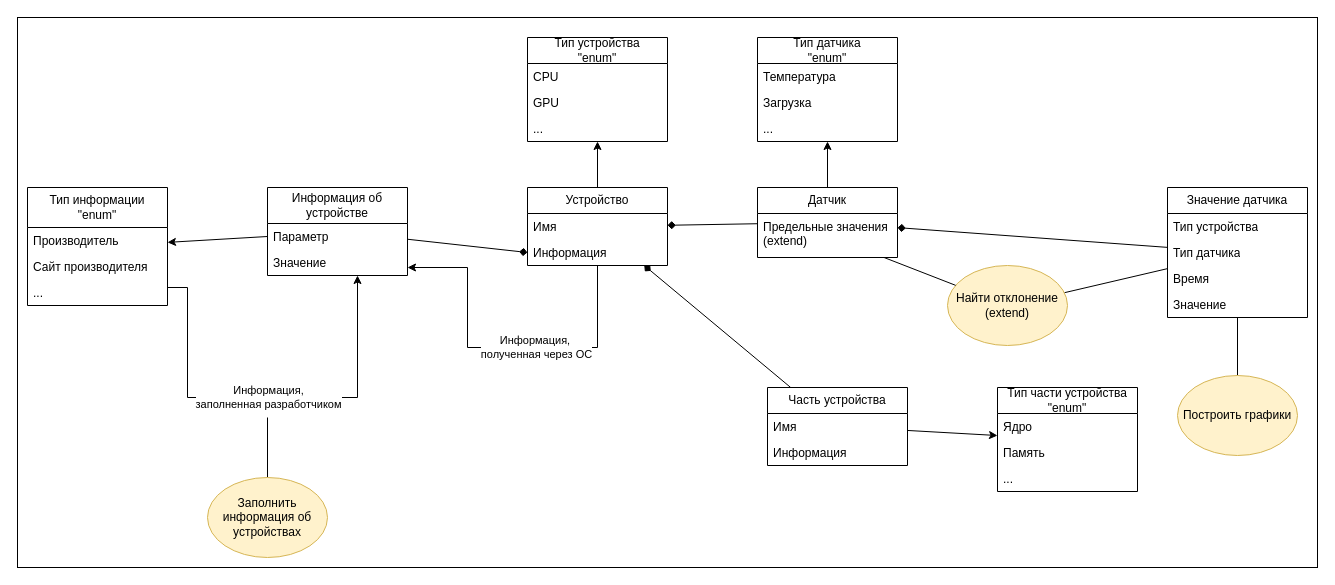
Alekcey264/DiplomaVerevkin keeps this draw.io diagram as Исходники/Диаграмма классов.drawio. Above is the earlier version. Source tidied: cells renumbered, new cells numbered last; positions are measured from the earlier drawing's top-left corner, leaving out a move shared by most shapes. Both pictures are drawn from the tidied source at 100%, with x=0, y=0 at pixel (17, 17).
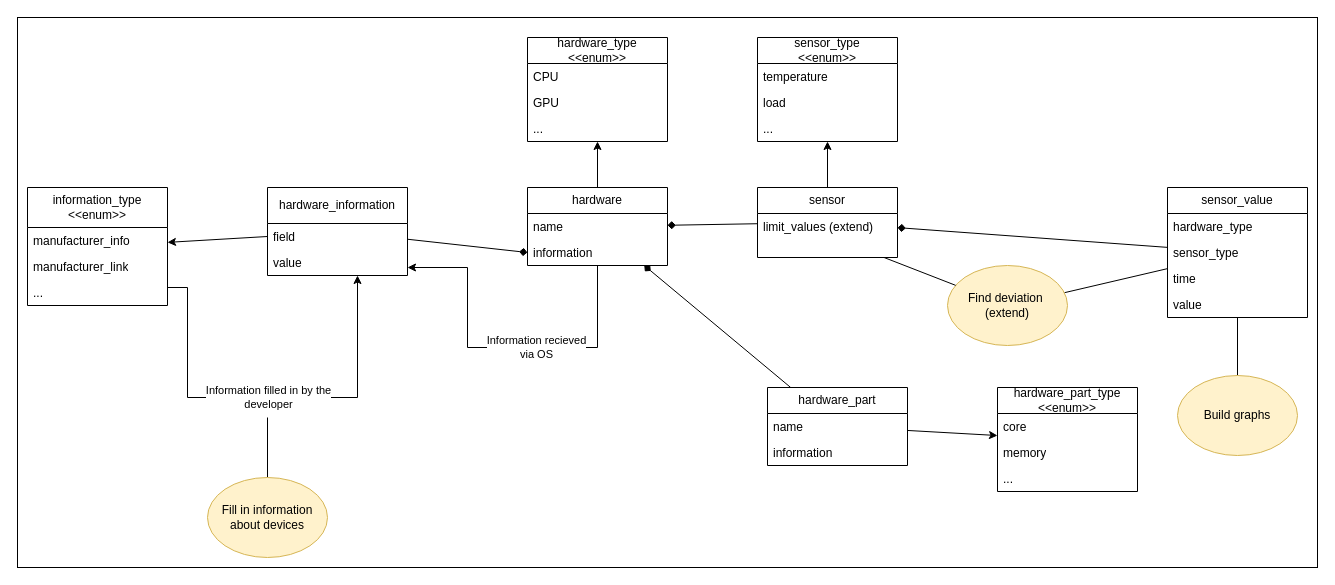
After the change.

Change to the diagram source:
```diff
@@
-    <mxCell id="5" value="Устройство" style="swimlane;fontStyle=0;horizontal=1;startSize=26;fillColor=none;whiteSpace=wrap;html=1;" parent="1" vertex="1">
+    <mxCell id="5" value="hardware" style="swimlane;fontStyle=0;horizontal=1;startSize=26;fillColor=none;whiteSpace=wrap;html=1;" parent="1" vertex="1">
       <mxGeometry x="510" y="170" width="140" height="78" as="geometry" />
     </mxCell>
-    <mxCell id="6" value="Имя" style="text;strokeColor=none;fillColor=none;align=left;verticalAlign=top;spacingLeft=4;spacingRight=4;overflow=hidden;points=[[0,0.5],[1,0.5]];portConstraint=eastwest;whiteSpace=wrap;html=1;" parent="5" vertex="1">
+    <mxCell id="6" value="name" style="text;strokeColor=none;fillColor=none;align=left;verticalAlign=top;spacingLeft=4;spacingRight=4;overflow=hidden;points=[[0,0.5],[1,0.5]];portConstraint=eastwest;whiteSpace=wrap;html=1;" parent="5" vertex="1">
       <mxGeometry y="26" width="140" height="26" as="geometry" />
     </mxCell>
-    <mxCell id="7" value="Информация" style="text;strokeColor=none;fillColor=none;align=left;verticalAlign=top;spacingLeft=4;spacingRight=4;overflow=hidden;points=[[0,0.5],[1,0.5]];portConstraint=eastwest;whiteSpace=wrap;html=1;" parent="5" vertex="1">
+    <mxCell id="7" value="information" style="text;strokeColor=none;fillColor=none;align=left;verticalAlign=top;spacingLeft=4;spacingRight=4;overflow=hidden;points=[[0,0.5],[1,0.5]];portConstraint=eastwest;whiteSpace=wrap;html=1;" parent="5" vertex="1">
       <mxGeometry y="52" width="140" height="26" as="geometry" />
     </mxCell>
-    <mxCell id="8" value="Информация об устройстве" style="swimlane;fontStyle=0;horizontal=1;startSize=36;fillColor=none;whiteSpace=wrap;html=1;" parent="1" vertex="1">
+    <mxCell id="8" value="hardware_information" style="swimlane;fontStyle=0;horizontal=1;startSize=36;fillColor=none;whiteSpace=wrap;html=1;" parent="1" vertex="1">
       <mxGeometry x="250" y="170" width="140" height="88" as="geometry" />
     </mxCell>
-    <mxCell id="9" value="Параметр" style="text;strokeColor=none;fillColor=none;align=left;verticalAlign=top;spacingLeft=4;spacingRight=4;overflow=hidden;points=[[0,0.5],[1,0.5]];portConstraint=eastwest;whiteSpace=wrap;html=1;" parent="8" vertex="1">
+    <mxCell id="9" value="field" style="text;strokeColor=none;fillColor=none;align=left;verticalAlign=top;spacingLeft=4;spacingRight=4;overflow=hidden;points=[[0,0.5],[1,0.5]];portConstraint=eastwest;whiteSpace=wrap;html=1;" parent="8" vertex="1">
       <mxGeometry y="36" width="140" height="26" as="geometry" />
     </mxCell>
-    <mxCell id="10" value="Значение" style="text;strokeColor=none;fillColor=none;align=left;verticalAlign=top;spacingLeft=4;spacingRight=4;overflow=hidden;whiteSpace=wrap;html=1;" parent="8" vertex="1">
+    <mxCell id="10" value="value" style="text;strokeColor=none;fillColor=none;align=left;verticalAlign=top;spacingLeft=4;spacingRight=4;overflow=hidden;whiteSpace=wrap;html=1;" parent="8" vertex="1">
       <mxGeometry y="62" width="140" height="26" as="geometry" />
     </mxCell>
@@
-    <mxCell id="12" value="Информация, &lt;br&gt;заполненная разработчиком" style="edgeStyle=orthogonalEdgeStyle;rounded=0;jettySize=auto;html=1;" parent="1" edge="1" source="13" target="8">
+    <mxCell id="12" value="Information filled in by the&lt;br&gt;developer" style="edgeStyle=orthogonalEdgeStyle;rounded=0;jettySize=auto;html=1;" parent="1" edge="1" source="13" target="8">
       <mxGeometry relative="1" as="geometry">
         <Array as="points">
           <mxPoint x="170" y="270" />
           <mxPoint x="170" y="380" />
           <mxPoint x="340" y="380" />
         </Array>
       </mxGeometry>
     </mxCell>
-    <mxCell id="13" value="Тип информации&lt;br&gt;&quot;enum&quot;" style="swimlane;fontStyle=0;horizontal=1;startSize=40;fillColor=none;whiteSpace=wrap;html=1;" parent="1" vertex="1">
+    <mxCell id="13" value="information_type&lt;br&gt;&amp;lt;&amp;lt;enum&amp;gt;&amp;gt;" style="swimlane;fontStyle=0;horizontal=1;startSize=40;fillColor=none;whiteSpace=wrap;html=1;" parent="1" vertex="1">
       <mxGeometry x="10" y="170" width="140" height="118" as="geometry" />
     </mxCell>
-    <mxCell id="14" value="Производитель" style="text;strokeColor=none;fillColor=none;align=left;verticalAlign=top;spacingLeft=4;spacingRight=4;overflow=hidden;whiteSpace=wrap;html=1;" parent="13" vertex="1">
+    <mxCell id="14" value="manufacturer_info" style="text;strokeColor=none;fillColor=none;align=left;verticalAlign=top;spacingLeft=4;spacingRight=4;overflow=hidden;whiteSpace=wrap;html=1;" parent="13" vertex="1">
       <mxGeometry y="40" width="140" height="26" as="geometry" />
     </mxCell>
-    <mxCell id="15" value="Сайт производителя" style="text;strokeColor=none;fillColor=none;align=left;verticalAlign=top;spacingLeft=4;spacingRight=4;overflow=hidden;whiteSpace=wrap;html=1;" parent="13" vertex="1">
+    <mxCell id="15" value="manufacturer_link" style="text;strokeColor=none;fillColor=none;align=left;verticalAlign=top;spacingLeft=4;spacingRight=4;overflow=hidden;whiteSpace=wrap;html=1;" parent="13" vertex="1">
       <mxGeometry y="66" width="140" height="26" as="geometry" />
     </mxCell>
@@
-    <mxCell id="18" value="Тип устройства&lt;br&gt;&quot;enum&quot;" style="swimlane;fontStyle=0;horizontal=1;startSize=26;fillColor=none;whiteSpace=wrap;html=1;" parent="1" vertex="1">
+    <mxCell id="18" value="hardware_type&lt;br&gt;&amp;lt;&amp;lt;enum&amp;gt;&amp;gt;" style="swimlane;fontStyle=0;horizontal=1;startSize=26;fillColor=none;whiteSpace=wrap;html=1;" parent="1" vertex="1">
       <mxGeometry x="510" y="20" width="140" height="104" as="geometry" />
     </mxCell>
@@
-    <mxCell id="24" value="Датчик" style="swimlane;fontStyle=0;horizontal=1;startSize=26;fillColor=none;whiteSpace=wrap;html=1;" parent="1" vertex="1">
+    <mxCell id="24" value="sensor" style="swimlane;fontStyle=0;horizontal=1;startSize=26;fillColor=none;whiteSpace=wrap;html=1;" parent="1" vertex="1">
       <mxGeometry x="740" y="170" width="140" height="70" as="geometry" />
     </mxCell>
-    <mxCell id="25" value="Предельные значения (extend)" style="text;strokeColor=none;fillColor=none;align=left;verticalAlign=top;spacingLeft=4;spacingRight=4;overflow=hidden;points=[[0,0.5],[1,0.5]];portConstraint=eastwest;whiteSpace=wrap;html=1;" parent="24" vertex="1">
+    <mxCell id="25" value="limit_values (extend)" style="text;strokeColor=none;fillColor=none;align=left;verticalAlign=top;spacingLeft=4;spacingRight=4;overflow=hidden;points=[[0,0.5],[1,0.5]];portConstraint=eastwest;whiteSpace=wrap;html=1;" parent="24" vertex="1">
       <mxGeometry y="26" width="140" height="44" as="geometry" />
     </mxCell>
@@
-    <mxCell id="27" value="Тип датчика&lt;br&gt;&quot;enum&quot;" style="swimlane;fontStyle=0;horizontal=1;startSize=26;fillColor=none;whiteSpace=wrap;html=1;" parent="1" vertex="1">
+    <mxCell id="27" value="sensor_type&lt;br&gt;&amp;lt;&amp;lt;enum&amp;gt;&amp;gt;" style="swimlane;fontStyle=0;horizontal=1;startSize=26;fillColor=none;whiteSpace=wrap;html=1;" parent="1" vertex="1">
       <mxGeometry x="740" y="20" width="140" height="104" as="geometry" />
     </mxCell>
-    <mxCell id="28" value="Температура" style="text;strokeColor=none;fillColor=none;align=left;verticalAlign=top;spacingLeft=4;spacingRight=4;overflow=hidden;whiteSpace=wrap;html=1;" parent="27" vertex="1">
+    <mxCell id="28" value="temperature" style="text;strokeColor=none;fillColor=none;align=left;verticalAlign=top;spacingLeft=4;spacingRight=4;overflow=hidden;whiteSpace=wrap;html=1;" parent="27" vertex="1">
       <mxGeometry y="26" width="140" height="26" as="geometry" />
     </mxCell>
-    <mxCell id="29" value="Загрузка" style="text;strokeColor=none;fillColor=none;align=left;verticalAlign=top;spacingLeft=4;spacingRight=4;overflow=hidden;whiteSpace=wrap;html=1;" parent="27" vertex="1">
+    <mxCell id="29" value="load" style="text;strokeColor=none;fillColor=none;align=left;verticalAlign=top;spacingLeft=4;spacingRight=4;overflow=hidden;whiteSpace=wrap;html=1;" parent="27" vertex="1">
       <mxGeometry y="52" width="140" height="26" as="geometry" />
     </mxCell>
@@
-    <mxCell id="31" value="Часть устройства" style="swimlane;fontStyle=0;horizontal=1;startSize=26;fillColor=none;whiteSpace=wrap;html=1;" parent="1" vertex="1">
+    <mxCell id="31" value="hardware_part" style="swimlane;fontStyle=0;horizontal=1;startSize=26;fillColor=none;whiteSpace=wrap;html=1;" parent="1" vertex="1">
       <mxGeometry x="750" y="370" width="140" height="78" as="geometry" />
     </mxCell>
-    <mxCell id="32" value="Имя" style="text;strokeColor=none;fillColor=none;align=left;verticalAlign=top;spacingLeft=4;spacingRight=4;overflow=hidden;points=[[0,0.5],[1,0.5]];portConstraint=eastwest;whiteSpace=wrap;html=1;" parent="31" vertex="1">
+    <mxCell id="32" value="name" style="text;strokeColor=none;fillColor=none;align=left;verticalAlign=top;spacingLeft=4;spacingRight=4;overflow=hidden;points=[[0,0.5],[1,0.5]];portConstraint=eastwest;whiteSpace=wrap;html=1;" parent="31" vertex="1">
       <mxGeometry y="26" width="140" height="26" as="geometry" />
     </mxCell>
-    <mxCell id="33" value="Информация" style="text;strokeColor=none;fillColor=none;align=left;verticalAlign=top;spacingLeft=4;spacingRight=4;overflow=hidden;whiteSpace=wrap;html=1;" parent="31" vertex="1">
+    <mxCell id="33" value="information" style="text;strokeColor=none;fillColor=none;align=left;verticalAlign=top;spacingLeft=4;spacingRight=4;overflow=hidden;whiteSpace=wrap;html=1;" parent="31" vertex="1">
       <mxGeometry y="52" width="140" height="26" as="geometry" />
     </mxCell>
-    <mxCell id="34" value="Тип части устройства&lt;br&gt;&quot;enum&quot;" style="swimlane;fontStyle=0;horizontal=1;startSize=26;fillColor=none;whiteSpace=wrap;html=1;" parent="1" vertex="1">
+    <mxCell id="34" value="hardware_part_type&lt;br&gt;&amp;lt;&amp;lt;enum&amp;gt;&amp;gt;" style="swimlane;fontStyle=0;horizontal=1;startSize=26;fillColor=none;whiteSpace=wrap;html=1;" parent="1" vertex="1">
       <mxGeometry x="980" y="370" width="140" height="104" as="geometry" />
     </mxCell>
-    <mxCell id="35" value="Ядро" style="text;strokeColor=none;fillColor=none;align=left;verticalAlign=top;spacingLeft=4;spacingRight=4;overflow=hidden;whiteSpace=wrap;html=1;" parent="34" vertex="1">
+    <mxCell id="35" value="core" style="text;strokeColor=none;fillColor=none;align=left;verticalAlign=top;spacingLeft=4;spacingRight=4;overflow=hidden;whiteSpace=wrap;html=1;" parent="34" vertex="1">
       <mxGeometry y="26" width="140" height="26" as="geometry" />
     </mxCell>
-    <mxCell id="36" value="Память" style="text;strokeColor=none;fillColor=none;align=left;verticalAlign=top;spacingLeft=4;spacingRight=4;overflow=hidden;whiteSpace=wrap;html=1;" parent="34" vertex="1">
+    <mxCell id="36" value="memory" style="text;strokeColor=none;fillColor=none;align=left;verticalAlign=top;spacingLeft=4;spacingRight=4;overflow=hidden;whiteSpace=wrap;html=1;" parent="34" vertex="1">
       <mxGeometry y="52" width="140" height="26" as="geometry" />
     </mxCell>
@@
-    <mxCell id="39" value="Значение датчика" style="swimlane;fontStyle=0;horizontal=1;startSize=26;fillColor=none;whiteSpace=wrap;html=1;" parent="1" vertex="1">
+    <mxCell id="39" value="sensor_value" style="swimlane;fontStyle=0;horizontal=1;startSize=26;fillColor=none;whiteSpace=wrap;html=1;" parent="1" vertex="1">
       <mxGeometry x="1150" y="170" width="140" height="130" as="geometry" />
     </mxCell>
-    <mxCell id="40" value="Тип устройства" style="text;strokeColor=none;fillColor=none;align=left;verticalAlign=top;spacingLeft=4;spacingRight=4;overflow=hidden;whiteSpace=wrap;html=1;" parent="39" vertex="1">
+    <mxCell id="40" value="hardware_type" style="text;strokeColor=none;fillColor=none;align=left;verticalAlign=top;spacingLeft=4;spacingRight=4;overflow=hidden;whiteSpace=wrap;html=1;" parent="39" vertex="1">
       <mxGeometry y="26" width="140" height="26" as="geometry" />
     </mxCell>
-    <mxCell id="41" value="Тип датчика" style="text;strokeColor=none;fillColor=none;align=left;verticalAlign=top;spacingLeft=4;spacingRight=4;overflow=hidden;whiteSpace=wrap;html=1;" parent="39" vertex="1">
+    <mxCell id="41" value="sensor_type" style="text;strokeColor=none;fillColor=none;align=left;verticalAlign=top;spacingLeft=4;spacingRight=4;overflow=hidden;whiteSpace=wrap;html=1;" parent="39" vertex="1">
       <mxGeometry y="52" width="140" height="26" as="geometry" />
     </mxCell>
-    <mxCell id="42" value="Время" style="text;strokeColor=none;fillColor=none;align=left;verticalAlign=top;spacingLeft=4;spacingRight=4;overflow=hidden;whiteSpace=wrap;html=1;" parent="39" vertex="1">
+    <mxCell id="42" value="time" style="text;strokeColor=none;fillColor=none;align=left;verticalAlign=top;spacingLeft=4;spacingRight=4;overflow=hidden;whiteSpace=wrap;html=1;" parent="39" vertex="1">
       <mxGeometry y="78" width="140" height="26" as="geometry" />
     </mxCell>
-    <mxCell id="43" value="Значение" style="text;strokeColor=none;fillColor=none;align=left;verticalAlign=top;spacingLeft=4;spacingRight=4;overflow=hidden;whiteSpace=wrap;html=1;" parent="39" vertex="1">
+    <mxCell id="43" value="value" style="text;strokeColor=none;fillColor=none;align=left;verticalAlign=top;spacingLeft=4;spacingRight=4;overflow=hidden;whiteSpace=wrap;html=1;" parent="39" vertex="1">
       <mxGeometry y="104" width="140" height="26" as="geometry" />
     </mxCell>
@@
-    <mxCell id="45" value="Построить графики" style="ellipse;whiteSpace=wrap;html=1;fillColor=#fff2cc;strokeColor=#d6b656;" parent="1" vertex="1">
+    <mxCell id="45" value="Build graphs" style="ellipse;whiteSpace=wrap;html=1;fillColor=#fff2cc;strokeColor=#d6b656;" parent="1" vertex="1">
       <mxGeometry x="1160" y="358" width="120" height="80" as="geometry" />
     </mxCell>
@@
-    <mxCell id="47" value="Найти отклонение&lt;br&gt;(extend)" style="ellipse;whiteSpace=wrap;html=1;fillColor=#fff2cc;strokeColor=#d6b656;" parent="1" vertex="1">
+    <mxCell id="47" value="Find&amp;nbsp;deviation&amp;nbsp;&lt;br&gt;(extend)" style="ellipse;whiteSpace=wrap;html=1;fillColor=#fff2cc;strokeColor=#d6b656;" parent="1" vertex="1">
       <mxGeometry x="930" y="248" width="120" height="80" as="geometry" />
     </mxCell>
@@
-    <mxCell id="49" value="Информация,&amp;nbsp;&lt;br&gt;полученная через ОС" style="edgeStyle=orthogonalEdgeStyle;rounded=0;jettySize=auto;html=1;" parent="1" edge="1" source="7" target="8">
+    <mxCell id="49" value="Information recieved&lt;br&gt;via OS" style="edgeStyle=orthogonalEdgeStyle;rounded=0;jettySize=auto;html=1;" parent="1" edge="1" source="7" target="8">
       <mxGeometry x="-0.19" relative="1" as="geometry">
         <Array as="points">
           <mxPoint x="580" y="330" />
           <mxPoint x="450" y="330" />
           <mxPoint x="450" y="250" />
         </Array>
       </mxGeometry>
     </mxCell>
@@
-    <mxCell id="51" value="Заполнить информация об устройствах" style="ellipse;whiteSpace=wrap;html=1;fillColor=#fff2cc;strokeColor=#d6b656;" parent="1" vertex="1">
+    <mxCell id="51" value="Fill in information about devices" style="ellipse;whiteSpace=wrap;html=1;fillColor=#fff2cc;strokeColor=#d6b656;" parent="1" vertex="1">
       <mxGeometry x="190" y="460" width="120" height="80" as="geometry" />
     </mxCell>
```
